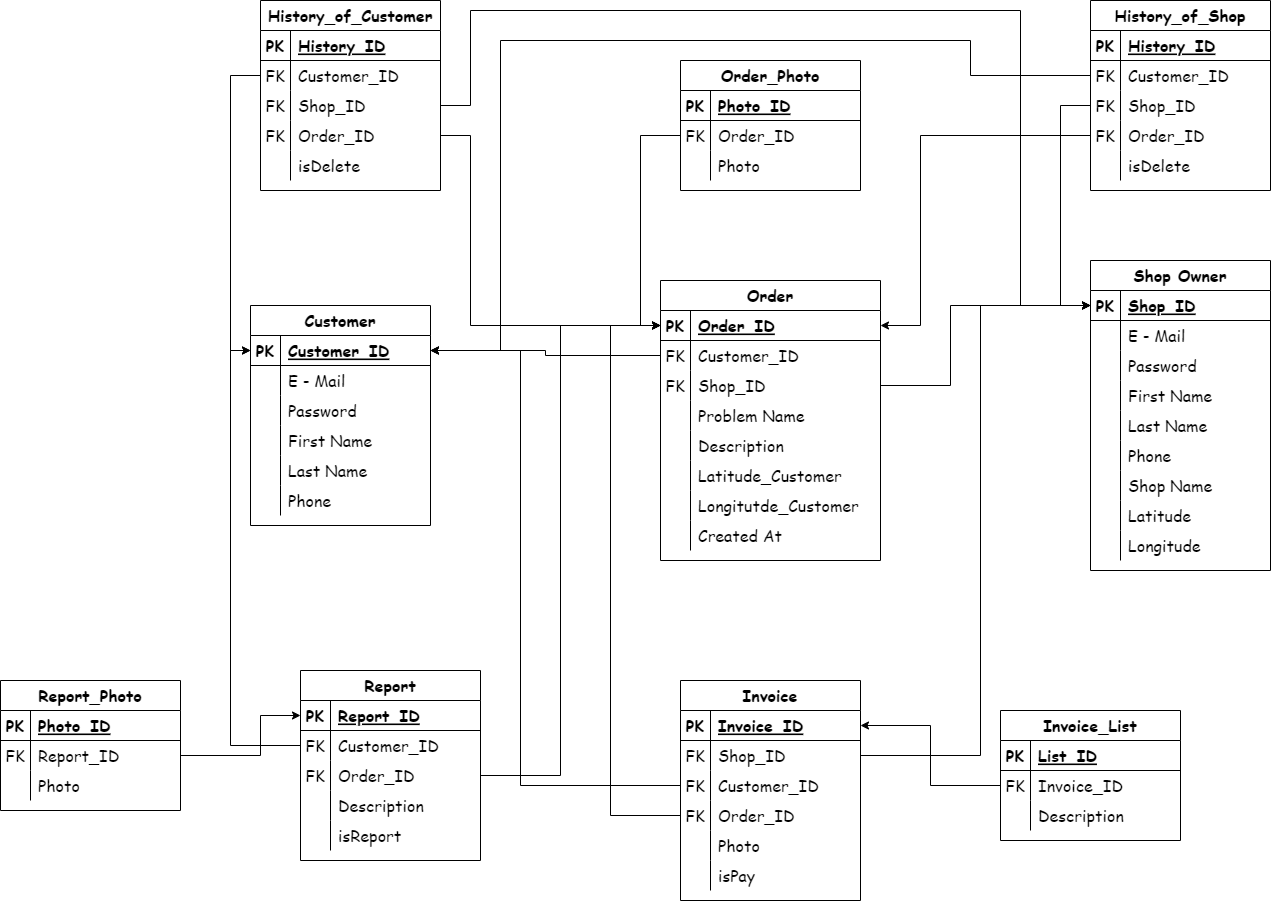
The draw.io diagram ER _Figma/ER Schema.png in machhhhhhh/Homework_Codecamp_10, before a commit. Source tidied: cells renumbered, new cells last; positions are measured from the earlier drawing's top-left corner, leaving out a move shared by most shapes.
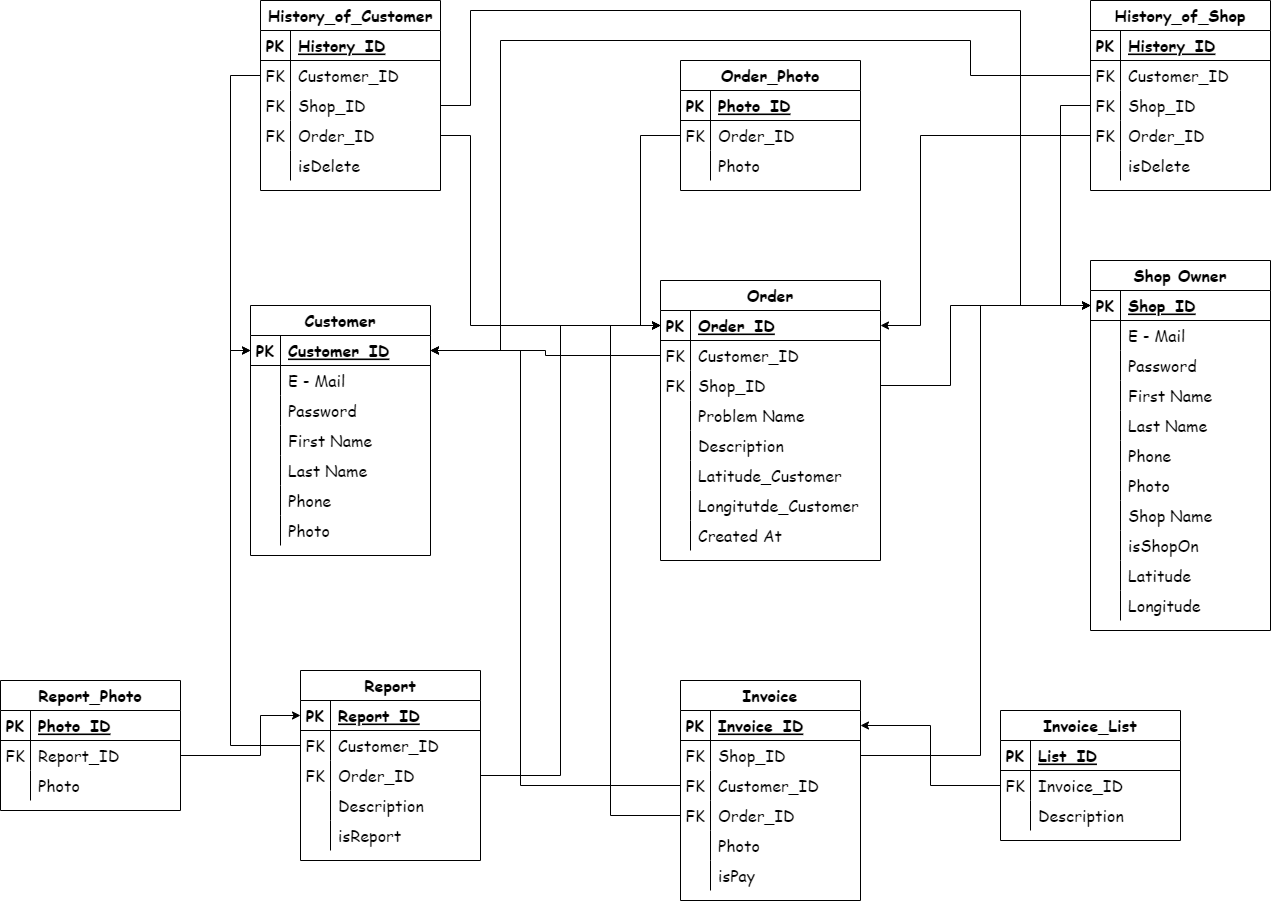
After the change.

The edit, as a diff of the source:
```diff
@@ -3,7 +3,7 @@
     <mxCell id="0" />
     <mxCell id="1" parent="0" />
     <mxCell id="2" value="Customer" style="shape=table;startSize=30;rowLines=0;fontStyle=1;align=center;fontFamily=Comic Sans MS;fontSize=16;" parent="1" vertex="1">
-      <mxGeometry x="250" y="305" width="180" height="220" as="geometry" />
+      <mxGeometry x="250" y="305" width="180" height="250" as="geometry" />
     </mxCell>
     <mxCell id="3" style="shape=tableRow;horizontal=0;startSize=0;swimlaneHead=0;swimlaneBody=0;fillColor=none;points=[[0,0.5],[1,0.5]];portConstraint=eastwest;top=0;left=0;right=0;bottom=1;fontFamily=Comic Sans MS;fontSize=16;" parent="2" vertex="1">
       <mxGeometry y="30" width="180" height="30" as="geometry" />
@@ -59,8 +59,17 @@
     <mxCell id="20" value="Phone" style="shape=partialRectangle;fillColor=none;top=0;left=0;bottom=0;right=0;align=left;spacingLeft=6;overflow=hidden;fontFamily=Comic Sans MS;fontSize=16;" parent="18" vertex="1">
       <mxGeometry x="30" width="150" height="30" as="geometry" />
     </mxCell>
+    <mxCell id="187" style="shape=tableRow;horizontal=0;startSize=0;swimlaneHead=0;swimlaneBody=0;fillColor=none;top=0;left=0;right=0;bottom=0;" parent="2" vertex="1">
+      <mxGeometry y="210" width="180" height="30" as="geometry" />
+    </mxCell>
+    <mxCell id="188" style="shape=partialRectangle;fillColor=none;top=0;left=0;bottom=0;right=0;overflow=hidden;" parent="187" vertex="1">
+      <mxGeometry width="30" height="30" as="geometry" />
+    </mxCell>
+    <mxCell id="189" value="Photo" style="shape=partialRectangle;fillColor=none;top=0;left=0;bottom=0;right=0;align=left;spacingLeft=6;overflow=hidden;fontFamily=Comic Sans MS;fontSize=16;" parent="187" vertex="1">
+      <mxGeometry x="30" width="150" height="30" as="geometry" />
+    </mxCell>
     <mxCell id="21" value="Shop Owner" style="shape=table;startSize=30;rowLines=0;fontStyle=1;align=center;fontFamily=Comic Sans MS;fontSize=16;" parent="1" vertex="1">
-      <mxGeometry x="1090" y="260" width="180" height="310" as="geometry" />
+      <mxGeometry x="1090" y="260" width="180" height="370" as="geometry" />
     </mxCell>
     <mxCell id="22" style="shape=tableRow;horizontal=0;startSize=0;swimlaneHead=0;swimlaneBody=0;fillColor=none;points=[[0,0.5],[1,0.5]];portConstraint=eastwest;top=0;left=0;right=0;bottom=1;fontFamily=Comic Sans MS;fontSize=16;" parent="21" vertex="1">
       <mxGeometry y="30" width="180" height="30" as="geometry" />
@@ -116,8 +125,17 @@
     <mxCell id="39" value="Phone" style="shape=partialRectangle;fillColor=none;top=0;left=0;bottom=0;right=0;align=left;spacingLeft=6;overflow=hidden;fontFamily=Comic Sans MS;fontSize=16;" parent="37" vertex="1">
       <mxGeometry x="30" width="150" height="30" as="geometry" />
     </mxCell>
+    <mxCell id="190" style="shape=tableRow;horizontal=0;startSize=0;swimlaneHead=0;swimlaneBody=0;fillColor=none;top=0;left=0;right=0;bottom=0;" parent="21" vertex="1">
+      <mxGeometry y="210" width="180" height="30" as="geometry" />
+    </mxCell>
+    <mxCell id="191" style="shape=partialRectangle;fillColor=none;top=0;left=0;bottom=0;right=0;overflow=hidden;" parent="190" vertex="1">
+      <mxGeometry width="30" height="30" as="geometry" />
+    </mxCell>
+    <mxCell id="192" value="Photo" style="shape=partialRectangle;fillColor=none;top=0;left=0;bottom=0;right=0;align=left;spacingLeft=6;overflow=hidden;fontFamily=Comic Sans MS;fontSize=16;" parent="190" vertex="1">
+      <mxGeometry x="30" width="150" height="30" as="geometry" />
+    </mxCell>
     <mxCell id="40" style="shape=tableRow;horizontal=0;startSize=0;swimlaneHead=0;swimlaneBody=0;fillColor=none;top=0;left=0;right=0;bottom=0;fontFamily=Comic Sans MS;fontSize=16;" parent="21" vertex="1">
-      <mxGeometry y="210" width="180" height="30" as="geometry" />
+      <mxGeometry y="240" width="180" height="30" as="geometry" />
     </mxCell>
     <mxCell id="41" style="shape=partialRectangle;fillColor=none;top=0;left=0;bottom=0;right=0;overflow=hidden;fontFamily=Comic Sans MS;fontSize=16;" parent="40" vertex="1">
       <mxGeometry width="30" height="30" as="geometry" />
@@ -125,8 +143,17 @@
     <mxCell id="42" value="Shop Name" style="shape=partialRectangle;fillColor=none;top=0;left=0;bottom=0;right=0;align=left;spacingLeft=6;overflow=hidden;fontFamily=Comic Sans MS;fontSize=16;" parent="40" vertex="1">
       <mxGeometry x="30" width="150" height="30" as="geometry" />
     </mxCell>
+    <mxCell id="193" style="shape=tableRow;horizontal=0;startSize=0;swimlaneHead=0;swimlaneBody=0;fillColor=none;top=0;left=0;right=0;bottom=0;" parent="21" vertex="1">
+      <mxGeometry y="270" width="180" height="30" as="geometry" />
+    </mxCell>
+    <mxCell id="194" style="shape=partialRectangle;fillColor=none;top=0;left=0;bottom=0;right=0;overflow=hidden;" parent="193" vertex="1">
+      <mxGeometry width="30" height="30" as="geometry" />
+    </mxCell>
+    <mxCell id="195" value="isShopOn" style="shape=partialRectangle;fillColor=none;top=0;left=0;bottom=0;right=0;align=left;spacingLeft=6;overflow=hidden;fontFamily=Comic Sans MS;fontSize=16;" parent="193" vertex="1">
+      <mxGeometry x="30" width="150" height="30" as="geometry" />
+    </mxCell>
     <mxCell id="43" style="shape=tableRow;horizontal=0;startSize=0;swimlaneHead=0;swimlaneBody=0;fillColor=none;top=0;left=0;right=0;bottom=0;fontFamily=Comic Sans MS;fontSize=16;" parent="21" vertex="1">
-      <mxGeometry y="240" width="180" height="30" as="geometry" />
+      <mxGeometry y="300" width="180" height="30" as="geometry" />
     </mxCell>
     <mxCell id="44" style="shape=partialRectangle;fillColor=none;top=0;left=0;bottom=0;right=0;overflow=hidden;fontFamily=Comic Sans MS;fontSize=16;" parent="43" vertex="1">
       <mxGeometry width="30" height="30" as="geometry" />
@@ -135,7 +162,7 @@
       <mxGeometry x="30" width="150" height="30" as="geometry" />
     </mxCell>
     <mxCell id="46" style="shape=tableRow;horizontal=0;startSize=0;swimlaneHead=0;swimlaneBody=0;fillColor=none;top=0;left=0;right=0;bottom=0;fontFamily=Comic Sans MS;fontSize=16;" parent="21" vertex="1">
-      <mxGeometry y="270" width="180" height="30" as="geometry" />
+      <mxGeometry y="330" width="180" height="30" as="geometry" />
     </mxCell>
     <mxCell id="47" style="shape=partialRectangle;fillColor=none;top=0;left=0;bottom=0;right=0;overflow=hidden;fontFamily=Comic Sans MS;fontSize=16;" parent="46" vertex="1">
       <mxGeometry width="30" height="30" as="geometry" />
```
